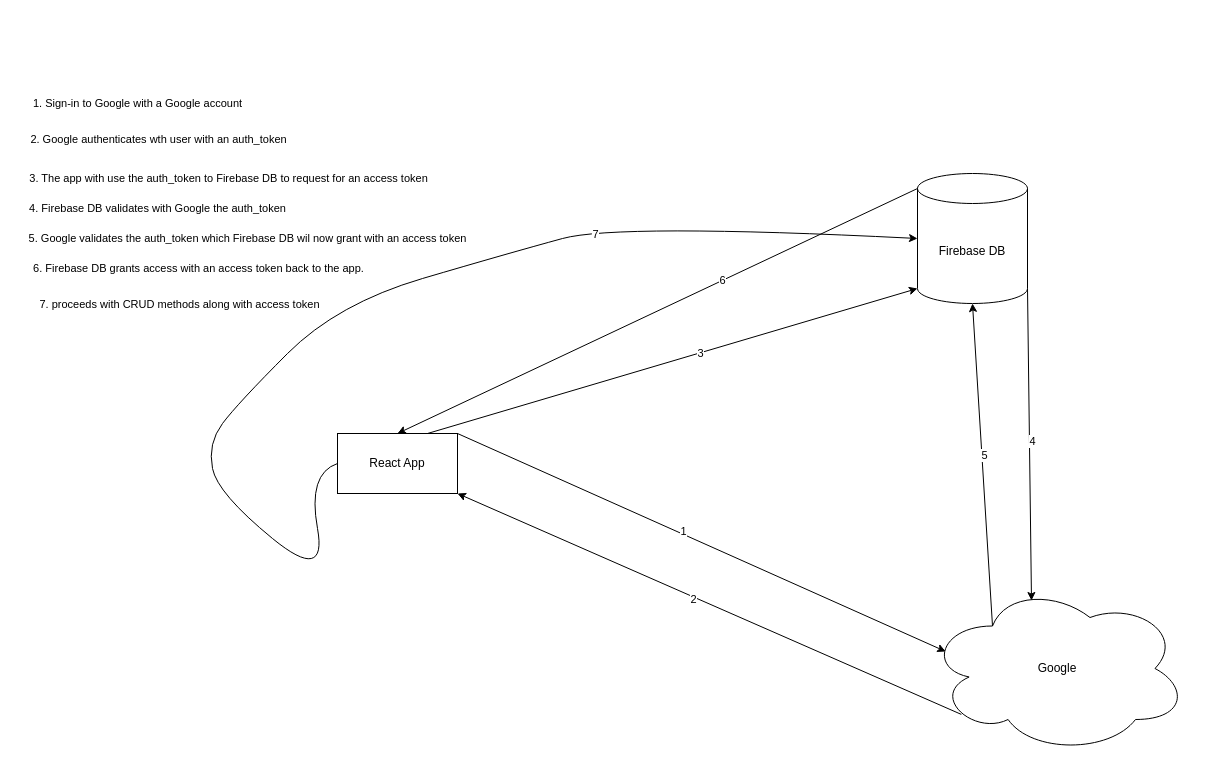
Before: google-authentication.drawio in redgsenal/react-dev-ztm, a draw.io diagram. Source tidied: cells renumbered, new cells numbered last; positions are measured from the earlier drawing's top-left corner, leaving out a move shared by most shapes. Both pictures are drawn from the tidied source at 100%, with x=0, y=0 at pixel (207, 173).
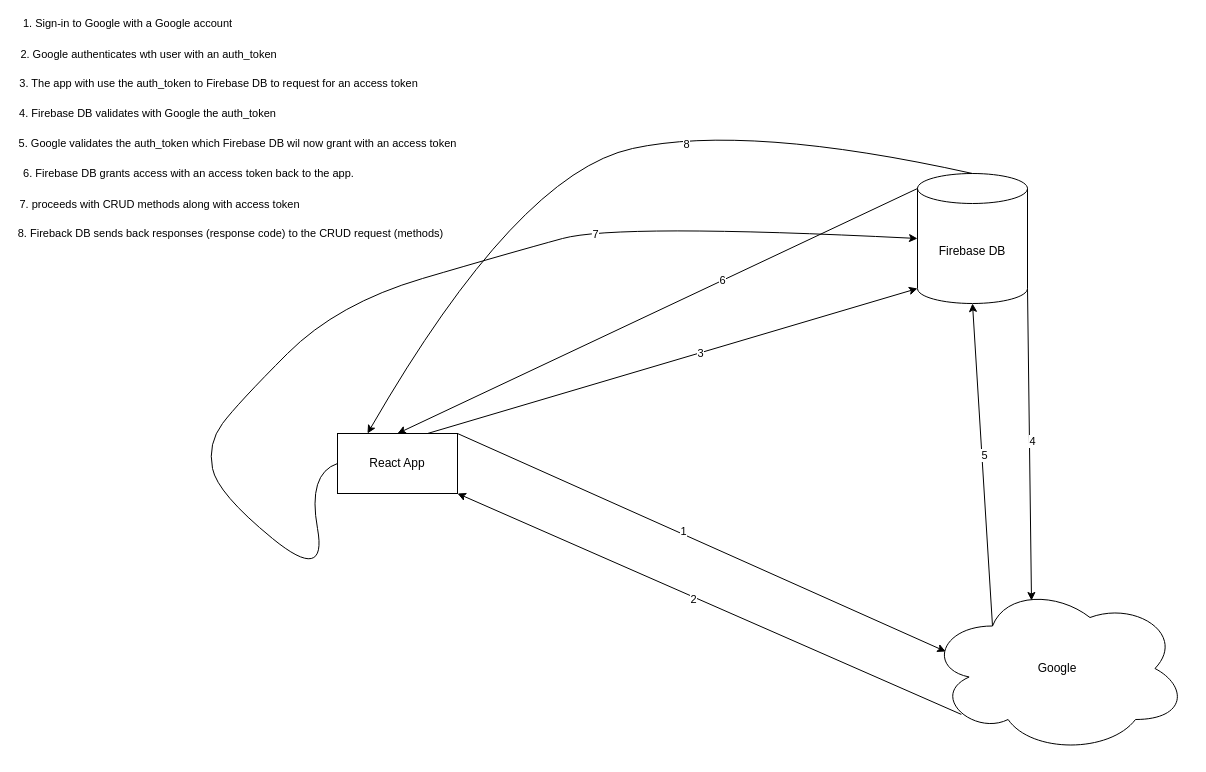
The same page after the edit.

The change refers to these unchanged cells:
```xml
<mxCell id="2" value="React App" style="rounded=0;whiteSpace=wrap;html=1;" parent="1" vertex="1">
  <mxGeometry x="130" y="260" width="120" height="60" as="geometry" />
</mxCell>
<mxCell id="3" value="Firebase DB" style="shape=cylinder3;whiteSpace=wrap;html=1;boundedLbl=1;backgroundOutline=1;size=15;" parent="1" vertex="1">
  <mxGeometry x="710" width="110" height="130" as="geometry" />
</mxCell>
<mxCell id="5" style="endArrow=classic;html=1;rounded=0;exitX=1;exitY=0;exitDx=0;exitDy=0;entryX=0.07;entryY=0.4;entryDx=0;entryDy=0;entryPerimeter=0;" parent="1" edge="1" source="2" target="4">
  <mxGeometry relative="1" as="geometry" />
</mxCell>
<mxCell id="8" style="endArrow=classic;html=1;rounded=0;entryX=1;entryY=1;entryDx=0;entryDy=0;exitX=0.13;exitY=0.77;exitDx=0;exitDy=0;exitPerimeter=0;" parent="1" edge="1" source="4" target="2">
  <mxGeometry relative="1" as="geometry" />
</mxCell>
<mxCell id="11" style="endArrow=classic;html=1;rounded=0;entryX=0;entryY=1;entryDx=0;entryDy=-15;entryPerimeter=0;exitX=0.75;exitY=0;exitDx=0;exitDy=0;" parent="1" edge="1" source="2" target="3">
  <mxGeometry relative="1" as="geometry" />
</mxCell>
<mxCell id="14" style="endArrow=classic;html=1;rounded=0;exitX=1;exitY=1;exitDx=0;exitDy=-15;exitPerimeter=0;entryX=0.4;entryY=0.1;entryDx=0;entryDy=0;entryPerimeter=0;" parent="1" edge="1" source="3" target="4">
  <mxGeometry relative="1" as="geometry" />
</mxCell>
<mxCell id="17" style="endArrow=classic;html=1;rounded=0;entryX=0.5;entryY=1;entryDx=0;entryDy=0;entryPerimeter=0;exitX=0.25;exitY=0.25;exitDx=0;exitDy=0;exitPerimeter=0;" parent="1" edge="1" source="4" target="3">
  <mxGeometry relative="1" as="geometry" />
</mxCell>
<mxCell id="20" style="endArrow=classic;html=1;rounded=0;entryX=0.5;entryY=0;entryDx=0;entryDy=0;exitX=0;exitY=0;exitDx=0;exitDy=15;exitPerimeter=0;" parent="1" edge="1" source="3" target="2">
  <mxGeometry relative="1" as="geometry" />
</mxCell>
<mxCell id="23" style="curved=1;endArrow=classic;html=1;rounded=0;exitX=0;exitY=0.5;exitDx=0;exitDy=0;entryX=0;entryY=0.5;entryDx=0;entryDy=0;entryPerimeter=0;" parent="1" edge="1" source="2" target="3">
  <mxGeometry relative="1" as="geometry">
    <Array as="points">
      <mxPoint x="100" y="300" />
      <mxPoint x="120" y="410" />
      <mxPoint x="10" y="320" />
      <mxPoint y="270" />
      <mxPoint x="30" y="230" />
      <mxPoint x="130" y="130" />
      <mxPoint x="300" y="80" />
      <mxPoint x="410" y="50" />
    </Array>
  </mxGeometry>
</mxCell>
```

What changed in the source:
```diff
@@
     <mxCell id="6" value="1. Sign-in to Google with a Google account" style="edgeLabel;html=1;align=center;verticalAlign=middle;" parent="5" vertex="1">
       <mxGeometry x="-0.43" y="2" relative="1" as="geometry">
-        <mxPoint x="-460" y="-391" as="offset" />
+        <mxPoint x="-470" y="-471" as="offset" />
       </mxGeometry>
     </mxCell>
@@
     <mxCell id="9" value="2. Google authenticates wth user with an auth_token" style="edgeLabel;html=1;align=center;verticalAlign=middle;" parent="8" vertex="1">
       <mxGeometry x="0.41" y="1" relative="1" as="geometry">
-        <mxPoint x="-448" y="-421" as="offset" />
+        <mxPoint x="-458" y="-506" as="offset" />
       </mxGeometry>
     </mxCell>
@@
     <mxCell id="12" value="3. The app with use the auth_token to Firebase DB to request for an access token" style="edgeLabel;html=1;align=center;verticalAlign=middle;" parent="11" vertex="1">
       <mxGeometry y="3" relative="1" as="geometry">
-        <mxPoint x="-444" y="-180" as="offset" />
+        <mxPoint x="-454" y="-275" as="offset" />
       </mxGeometry>
     </mxCell>
@@
     <mxCell id="15" value="4. Firebase DB validates with Google the auth_token" style="edgeLabel;html=1;align=center;verticalAlign=middle;" parent="14" vertex="1">
       <mxGeometry x="-0.56" relative="1" as="geometry">
-        <mxPoint x="-871" y="-149" as="offset" />
+        <mxPoint x="-881" y="-244" as="offset" />
       </mxGeometry>
     </mxCell>
@@
     <mxCell id="18" value="5. Google validates the auth_token which Firebase DB wil now grant with an access token" style="edgeLabel;html=1;align=center;verticalAlign=middle;" parent="17" vertex="1">
       <mxGeometry x="0.24" relative="1" as="geometry">
-        <mxPoint x="-733" y="-188" as="offset" />
+        <mxPoint x="-743" y="-283" as="offset" />
       </mxGeometry>
     </mxCell>
@@
     <mxCell id="21" value="6. Firebase DB grants access with an access token back to the app." style="edgeLabel;html=1;align=center;verticalAlign=middle;" parent="20" vertex="1">
       <mxGeometry x="-0.11" y="3" relative="1" as="geometry">
-        <mxPoint x="-489" y="-32" as="offset" />
+        <mxPoint x="-499" y="-127" as="offset" />
       </mxGeometry>
     </mxCell>
@@
     <mxCell id="25" value="7. proceeds with CRUD methods along with access token" style="edgeLabel;html=1;align=center;verticalAlign=middle;" parent="23" vertex="1">
       <mxGeometry x="0.36" y="-5" relative="1" as="geometry">
-        <mxPoint x="-384" y="60" as="offset" />
+        <mxPoint x="-404" y="-40" as="offset" />
       </mxGeometry>
     </mxCell>
+    <mxCell id="26" style="curved=1;endArrow=classic;html=1;rounded=0;entryX=0.25;entryY=0;entryDx=0;entryDy=0;exitX=0.5;exitY=0;exitDx=0;exitDy=0;exitPerimeter=0;" parent="1" edge="1" source="3" target="2">
+      <mxGeometry relative="1" as="geometry">
+        <Array as="points">
+          <mxPoint x="540" y="-50" />
+          <mxPoint x="310" />
+        </Array>
+      </mxGeometry>
+    </mxCell>
+    <mxCell id="27" value="8" style="edgeLabel;html=1;align=center;verticalAlign=middle;" parent="26" vertex="1">
+      <mxGeometry x="-0.23" y="7" relative="1" as="geometry" />
+    </mxCell>
+    <mxCell id="28" value="8. Fireback DB sends back responses (response code) to the CRUD request (methods)" style="edgeLabel;html=1;align=center;verticalAlign=middle;" parent="26" vertex="1">
+      <mxGeometry x="-0.36" y="16" relative="1" as="geometry">
+        <mxPoint x="-507" y="91" as="offset" />
+      </mxGeometry>
+    </mxCell>
```
